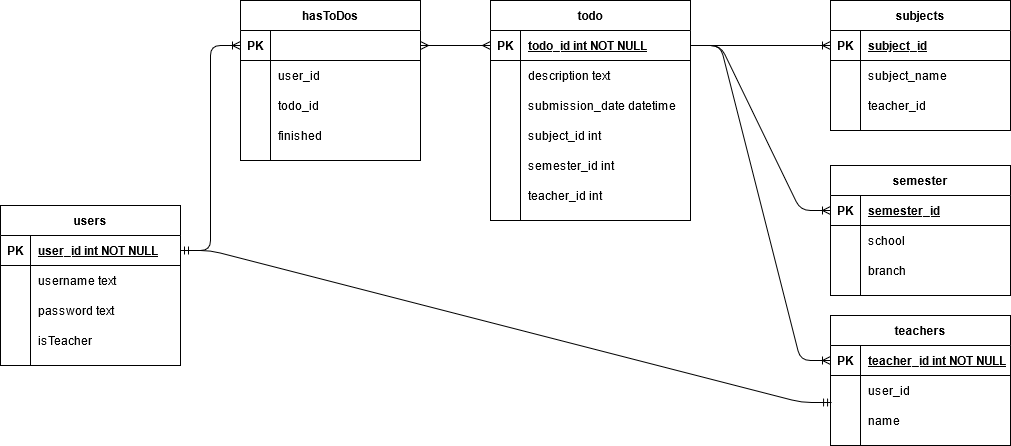
Before: Wiki/database.png, a diagram exported from draw.io (31ank/ToDoList). Source tidied: cells renumbered, new cells last; positions are measured from the earlier drawing's top-left corner, leaving out a move shared by most shapes.
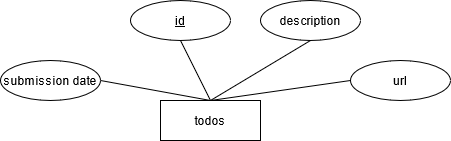
The same diagram one commit later.

Commit message:
updated database diagram

Change to the diagram source:
```diff
@@ -2,250 +2,32 @@
   <root>
     <mxCell id="0" />
     <mxCell id="1" parent="0" />
-    <mxCell id="2" value="todo" style="shape=table;startSize=30;rowLines=0;fontStyle=1;align=center;" parent="1" vertex="1">
-      <mxGeometry x="490" width="200" height="220" as="geometry" />
-    </mxCell>
-    <mxCell id="3" style="shape=partialRectangle;fillColor=none;points=[[0,0.5],[1,0.5]];portConstraint=eastwest;top=0;left=0;right=0;bottom=1;" parent="2" vertex="1">
-      <mxGeometry y="30" width="200" height="30" as="geometry" />
-    </mxCell>
-    <mxCell id="4" value="PK" style="shape=partialRectangle;overflow=hidden;fillColor=none;top=0;left=0;bottom=0;right=0;fontStyle=1;" parent="3" vertex="1">
-      <mxGeometry width="30" height="30" as="geometry" />
-    </mxCell>
-    <mxCell id="5" value="todo_id int NOT NULL " style="shape=partialRectangle;overflow=hidden;fillColor=none;top=0;left=0;bottom=0;right=0;align=left;spacingLeft=6;fontStyle=5;" parent="3" vertex="1">
-      <mxGeometry x="30" width="170" height="30" as="geometry" />
-    </mxCell>
-    <mxCell id="6" style="shape=partialRectangle;fillColor=none;top=0;left=0;right=0;bottom=0;" parent="2" vertex="1">
-      <mxGeometry y="60" width="200" height="30" as="geometry" />
-    </mxCell>
-    <mxCell id="7" style="shape=partialRectangle;overflow=hidden;fillColor=none;top=0;left=0;bottom=0;right=0;" parent="6" vertex="1">
-      <mxGeometry width="30" height="30" as="geometry" />
-    </mxCell>
-    <mxCell id="8" value="description text" style="shape=partialRectangle;overflow=hidden;fillColor=none;top=0;left=0;bottom=0;right=0;align=left;spacingLeft=6;" parent="6" vertex="1">
-      <mxGeometry x="30" width="170" height="30" as="geometry" />
-    </mxCell>
-    <mxCell id="9" style="shape=partialRectangle;fillColor=none;top=0;left=0;right=0;bottom=0;" parent="2" vertex="1">
-      <mxGeometry y="90" width="200" height="30" as="geometry" />
-    </mxCell>
-    <mxCell id="10" style="shape=partialRectangle;overflow=hidden;fillColor=none;top=0;left=0;bottom=0;right=0;" parent="9" vertex="1">
-      <mxGeometry width="30" height="30" as="geometry" />
-    </mxCell>
-    <mxCell id="11" value="submission_date datetime" style="shape=partialRectangle;overflow=hidden;fillColor=none;top=0;left=0;bottom=0;right=0;align=left;spacingLeft=6;" parent="9" vertex="1">
-      <mxGeometry x="30" width="170" height="30" as="geometry" />
-    </mxCell>
-    <mxCell id="12" style="shape=partialRectangle;fillColor=none;top=0;left=0;right=0;bottom=0;" parent="2" vertex="1">
-      <mxGeometry y="120" width="200" height="30" as="geometry" />
-    </mxCell>
-    <mxCell id="13" style="shape=partialRectangle;overflow=hidden;fillColor=none;top=0;left=0;bottom=0;right=0;" parent="12" vertex="1">
-      <mxGeometry width="30" height="30" as="geometry" />
-    </mxCell>
-    <mxCell id="14" value="subject_id int" style="shape=partialRectangle;overflow=hidden;fillColor=none;top=0;left=0;bottom=0;right=0;align=left;spacingLeft=6;" parent="12" vertex="1">
-      <mxGeometry x="30" width="170" height="30" as="geometry" />
-    </mxCell>
-    <mxCell id="15" style="shape=partialRectangle;fillColor=none;top=0;left=0;right=0;bottom=0;" parent="2" vertex="1">
-      <mxGeometry y="150" width="200" height="30" as="geometry" />
-    </mxCell>
-    <mxCell id="16" style="shape=partialRectangle;overflow=hidden;fillColor=none;top=0;left=0;bottom=0;right=0;" parent="15" vertex="1">
-      <mxGeometry width="30" height="30" as="geometry" />
-    </mxCell>
-    <mxCell id="17" value="semester_id int" style="shape=partialRectangle;overflow=hidden;fillColor=none;top=0;left=0;bottom=0;right=0;align=left;spacingLeft=6;" parent="15" vertex="1">
-      <mxGeometry x="30" width="170" height="30" as="geometry" />
-    </mxCell>
-    <mxCell id="18" style="shape=partialRectangle;fillColor=none;top=0;left=0;right=0;bottom=0;" parent="2" vertex="1">
-      <mxGeometry y="180" width="200" height="30" as="geometry" />
-    </mxCell>
-    <mxCell id="19" style="shape=partialRectangle;overflow=hidden;fillColor=none;top=0;left=0;bottom=0;right=0;" parent="18" vertex="1">
-      <mxGeometry width="30" height="30" as="geometry" />
-    </mxCell>
-    <mxCell id="20" value="teacher_id int" style="shape=partialRectangle;overflow=hidden;fillColor=none;top=0;left=0;bottom=0;right=0;align=left;spacingLeft=6;" parent="18" vertex="1">
-      <mxGeometry x="30" width="170" height="30" as="geometry" />
-    </mxCell>
-    <mxCell id="21" value="teachers" style="shape=table;startSize=30;rowLines=0;fontStyle=1;align=center;" parent="1" vertex="1">
-      <mxGeometry x="830" y="315" width="180" height="130" as="geometry" />
-    </mxCell>
-    <mxCell id="22" style="shape=partialRectangle;fillColor=none;points=[[0,0.5],[1,0.5]];portConstraint=eastwest;top=0;left=0;right=0;bottom=1;" parent="21" vertex="1">
-      <mxGeometry y="30" width="180" height="30" as="geometry" />
-    </mxCell>
-    <mxCell id="23" value="PK" style="shape=partialRectangle;overflow=hidden;fillColor=none;top=0;left=0;bottom=0;right=0;fontStyle=1;" parent="22" vertex="1">
-      <mxGeometry width="30" height="30" as="geometry" />
-    </mxCell>
-    <mxCell id="24" value="teacher_id int NOT NULL " style="shape=partialRectangle;overflow=hidden;fillColor=none;top=0;left=0;bottom=0;right=0;align=left;spacingLeft=6;fontStyle=5;" parent="22" vertex="1">
-      <mxGeometry x="30" width="150" height="30" as="geometry" />
-    </mxCell>
-    <mxCell id="25" style="shape=partialRectangle;fillColor=none;points=[[0,0.5],[1,0.5]];portConstraint=eastwest;top=0;left=0;right=0;bottom=0;" parent="21" vertex="1">
-      <mxGeometry y="60" width="180" height="30" as="geometry" />
-    </mxCell>
-    <mxCell id="26" style="shape=partialRectangle;overflow=hidden;fillColor=none;top=0;left=0;bottom=0;right=0;" parent="25" vertex="1">
-      <mxGeometry width="30" height="30" as="geometry" />
-    </mxCell>
-    <mxCell id="27" value="user_id" style="shape=partialRectangle;overflow=hidden;fillColor=none;top=0;left=0;bottom=0;right=0;align=left;spacingLeft=6;" parent="25" vertex="1">
-      <mxGeometry x="30" width="150" height="30" as="geometry" />
-    </mxCell>
-    <mxCell id="28" style="shape=partialRectangle;fillColor=none;top=0;left=0;right=0;bottom=0;" parent="21" vertex="1">
-      <mxGeometry y="90" width="180" height="30" as="geometry" />
-    </mxCell>
-    <mxCell id="29" style="shape=partialRectangle;overflow=hidden;fillColor=none;top=0;left=0;bottom=0;right=0;" parent="28" vertex="1">
-      <mxGeometry width="30" height="30" as="geometry" />
-    </mxCell>
-    <mxCell id="30" value="name" style="shape=partialRectangle;overflow=hidden;fillColor=none;top=0;left=0;bottom=0;right=0;align=left;spacingLeft=6;" parent="28" vertex="1">
-      <mxGeometry x="30" width="150" height="30" as="geometry" />
-    </mxCell>
-    <mxCell id="31" value="users" style="shape=table;startSize=30;rowLines=0;fontStyle=1;align=center;" parent="1" vertex="1">
-      <mxGeometry y="205" width="180" height="160" as="geometry" />
-    </mxCell>
-    <mxCell id="32" style="shape=partialRectangle;fillColor=none;points=[[0,0.5],[1,0.5]];portConstraint=eastwest;top=0;left=0;right=0;bottom=1;" parent="31" vertex="1">
-      <mxGeometry y="30" width="180" height="30" as="geometry" />
-    </mxCell>
-    <mxCell id="33" value="PK" style="shape=partialRectangle;overflow=hidden;fillColor=none;top=0;left=0;bottom=0;right=0;fontStyle=1;" parent="32" vertex="1">
-      <mxGeometry width="30" height="30" as="geometry" />
-    </mxCell>
-    <mxCell id="34" value="user_id int NOT NULL " style="shape=partialRectangle;overflow=hidden;fillColor=none;top=0;left=0;bottom=0;right=0;align=left;spacingLeft=6;fontStyle=5;" parent="32" vertex="1">
-      <mxGeometry x="30" width="150" height="30" as="geometry" />
-    </mxCell>
-    <mxCell id="35" style="shape=partialRectangle;fillColor=none;top=0;left=0;right=0;bottom=0;" parent="31" vertex="1">
-      <mxGeometry y="60" width="180" height="30" as="geometry" />
-    </mxCell>
-    <mxCell id="36" style="shape=partialRectangle;overflow=hidden;fillColor=none;top=0;left=0;bottom=0;right=0;" parent="35" vertex="1">
-      <mxGeometry width="30" height="30" as="geometry" />
-    </mxCell>
-    <mxCell id="37" value="username text" style="shape=partialRectangle;overflow=hidden;fillColor=none;top=0;left=0;bottom=0;right=0;align=left;spacingLeft=6;" parent="35" vertex="1">
-      <mxGeometry x="30" width="150" height="30" as="geometry" />
-    </mxCell>
-    <mxCell id="38" style="shape=partialRectangle;fillColor=none;top=0;left=0;right=0;bottom=0;" parent="31" vertex="1">
-      <mxGeometry y="90" width="180" height="30" as="geometry" />
-    </mxCell>
-    <mxCell id="39" style="shape=partialRectangle;overflow=hidden;fillColor=none;top=0;left=0;bottom=0;right=0;" parent="38" vertex="1">
-      <mxGeometry width="30" height="30" as="geometry" />
-    </mxCell>
-    <mxCell id="40" value="password text" style="shape=partialRectangle;overflow=hidden;fillColor=none;top=0;left=0;bottom=0;right=0;align=left;spacingLeft=6;" parent="38" vertex="1">
-      <mxGeometry x="30" width="150" height="30" as="geometry" />
-    </mxCell>
-    <mxCell id="41" style="shape=partialRectangle;fillColor=none;top=0;left=0;right=0;bottom=0;" parent="31" vertex="1">
-      <mxGeometry y="120" width="180" height="30" as="geometry" />
-    </mxCell>
-    <mxCell id="42" style="shape=partialRectangle;overflow=hidden;fillColor=none;top=0;left=0;bottom=0;right=0;" parent="41" vertex="1">
-      <mxGeometry width="30" height="30" as="geometry" />
-    </mxCell>
-    <mxCell id="43" value="isTeacher" style="shape=partialRectangle;overflow=hidden;fillColor=none;top=0;left=0;bottom=0;right=0;align=left;spacingLeft=6;" parent="41" vertex="1">
-      <mxGeometry x="30" width="150" height="30" as="geometry" />
-    </mxCell>
-    <mxCell id="44" value="subjects" style="shape=table;startSize=30;rowLines=0;fontStyle=1;align=center;" parent="1" vertex="1">
-      <mxGeometry x="830" width="180" height="130" as="geometry" />
-    </mxCell>
-    <mxCell id="45" style="shape=partialRectangle;fillColor=none;top=0;left=0;bottom=1;right=0;points=[[0,0.5],[1,0.5]];portConstraint=eastwest;" parent="44" vertex="1">
-      <mxGeometry y="30" width="180" height="30" as="geometry" />
-    </mxCell>
-    <mxCell id="46" value="PK" style="shape=partialRectangle;fillColor=none;top=0;left=0;bottom=0;right=0;fontStyle=1;overflow=hidden;" parent="45" vertex="1">
-      <mxGeometry width="30" height="30" as="geometry" />
-    </mxCell>
-    <mxCell id="47" value="subject_id" style="shape=partialRectangle;fillColor=none;top=0;left=0;bottom=0;right=0;align=left;spacingLeft=6;fontStyle=5;overflow=hidden;" parent="45" vertex="1">
-      <mxGeometry x="30" width="150" height="30" as="geometry" />
-    </mxCell>
-    <mxCell id="48" style="shape=partialRectangle;fillColor=none;top=0;left=0;bottom=0;right=0;" parent="44" vertex="1">
-      <mxGeometry y="60" width="180" height="30" as="geometry" />
-    </mxCell>
-    <mxCell id="49" style="shape=partialRectangle;fillColor=none;top=0;left=0;bottom=0;right=0;overflow=hidden;" parent="48" vertex="1">
-      <mxGeometry width="30" height="30" as="geometry" />
-    </mxCell>
-    <mxCell id="50" value="subject_name" style="shape=partialRectangle;fillColor=none;top=0;left=0;bottom=0;right=0;align=left;spacingLeft=6;overflow=hidden;" parent="48" vertex="1">
-      <mxGeometry x="30" width="150" height="30" as="geometry" />
-    </mxCell>
-    <mxCell id="51" style="shape=partialRectangle;fillColor=none;top=0;left=0;bottom=0;right=0;" parent="44" vertex="1">
-      <mxGeometry y="90" width="180" height="30" as="geometry" />
-    </mxCell>
-    <mxCell id="52" style="shape=partialRectangle;fillColor=none;top=0;left=0;bottom=0;right=0;overflow=hidden;" parent="51" vertex="1">
-      <mxGeometry width="30" height="30" as="geometry" />
-    </mxCell>
-    <mxCell id="53" value="teacher_id" style="shape=partialRectangle;fillColor=none;top=0;left=0;bottom=0;right=0;align=left;spacingLeft=6;overflow=hidden;" parent="51" vertex="1">
-      <mxGeometry x="30" width="150" height="30" as="geometry" />
-    </mxCell>
-    <mxCell id="54" value="semester" style="shape=table;startSize=30;rowLines=0;fontStyle=1;align=center;" parent="1" vertex="1">
-      <mxGeometry x="830" y="165" width="180" height="130" as="geometry" />
-    </mxCell>
-    <mxCell id="55" style="shape=partialRectangle;fillColor=none;top=0;left=0;bottom=1;right=0;points=[[0,0.5],[1,0.5]];portConstraint=eastwest;" parent="54" vertex="1">
-      <mxGeometry y="30" width="180" height="30" as="geometry" />
-    </mxCell>
-    <mxCell id="56" value="PK" style="shape=partialRectangle;fillColor=none;top=0;left=0;bottom=0;right=0;fontStyle=1;overflow=hidden;" parent="55" vertex="1">
-      <mxGeometry width="30" height="30" as="geometry" />
-    </mxCell>
-    <mxCell id="57" value="semester_id" style="shape=partialRectangle;fillColor=none;top=0;left=0;bottom=0;right=0;align=left;spacingLeft=6;fontStyle=5;overflow=hidden;" parent="55" vertex="1">
-      <mxGeometry x="30" width="150" height="30" as="geometry" />
-    </mxCell>
-    <mxCell id="58" style="shape=partialRectangle;fillColor=none;top=0;left=0;bottom=0;right=0;" parent="54" vertex="1">
-      <mxGeometry y="60" width="180" height="30" as="geometry" />
-    </mxCell>
-    <mxCell id="59" style="shape=partialRectangle;fillColor=none;top=0;left=0;bottom=0;right=0;overflow=hidden;" parent="58" vertex="1">
-      <mxGeometry width="30" height="30" as="geometry" />
-    </mxCell>
-    <mxCell id="60" value="school" style="shape=partialRectangle;fillColor=none;top=0;left=0;bottom=0;right=0;align=left;spacingLeft=6;overflow=hidden;" parent="58" vertex="1">
-      <mxGeometry x="30" width="150" height="30" as="geometry" />
-    </mxCell>
-    <mxCell id="61" style="shape=partialRectangle;fillColor=none;top=0;left=0;bottom=0;right=0;" parent="54" vertex="1">
-      <mxGeometry y="90" width="180" height="30" as="geometry" />
-    </mxCell>
-    <mxCell id="62" style="shape=partialRectangle;fillColor=none;top=0;left=0;bottom=0;right=0;overflow=hidden;" parent="61" vertex="1">
-      <mxGeometry width="30" height="30" as="geometry" />
-    </mxCell>
-    <mxCell id="63" value="branch" style="shape=partialRectangle;fillColor=none;top=0;left=0;bottom=0;right=0;align=left;spacingLeft=6;overflow=hidden;" parent="61" vertex="1">
-      <mxGeometry x="30" width="150" height="30" as="geometry" />
-    </mxCell>
-    <mxCell id="64" value="hasToDos" style="shape=table;startSize=30;rowLines=0;fontStyle=1;align=center;" parent="1" vertex="1">
-      <mxGeometry x="240" width="180" height="160" as="geometry" />
-    </mxCell>
-    <mxCell id="65" style="shape=partialRectangle;fillColor=none;top=0;left=0;bottom=1;right=0;points=[[0,0.5],[1,0.5]];portConstraint=eastwest;" parent="64" vertex="1">
-      <mxGeometry y="30" width="180" height="30" as="geometry" />
-    </mxCell>
-    <mxCell id="66" value="PK" style="shape=partialRectangle;fillColor=none;top=0;left=0;bottom=0;right=0;fontStyle=1;overflow=hidden;" parent="65" vertex="1">
-      <mxGeometry width="30" height="30" as="geometry" />
-    </mxCell>
-    <mxCell id="67" style="shape=partialRectangle;fillColor=none;top=0;left=0;bottom=0;right=0;align=left;spacingLeft=6;fontStyle=5;overflow=hidden;" parent="65" vertex="1">
-      <mxGeometry x="30" width="150" height="30" as="geometry" />
-    </mxCell>
-    <mxCell id="68" style="shape=partialRectangle;fillColor=none;top=0;left=0;bottom=0;right=0;" parent="64" vertex="1">
-      <mxGeometry y="60" width="180" height="30" as="geometry" />
-    </mxCell>
-    <mxCell id="69" style="shape=partialRectangle;fillColor=none;top=0;left=0;bottom=0;right=0;overflow=hidden;" parent="68" vertex="1">
-      <mxGeometry width="30" height="30" as="geometry" />
-    </mxCell>
-    <mxCell id="70" value="user_id" style="shape=partialRectangle;fillColor=none;top=0;left=0;bottom=0;right=0;align=left;spacingLeft=6;overflow=hidden;" parent="68" vertex="1">
-      <mxGeometry x="30" width="150" height="30" as="geometry" />
-    </mxCell>
-    <mxCell id="71" style="shape=partialRectangle;fillColor=none;top=0;left=0;bottom=0;right=0;" parent="64" vertex="1">
-      <mxGeometry y="90" width="180" height="30" as="geometry" />
-    </mxCell>
-    <mxCell id="72" style="shape=partialRectangle;fillColor=none;top=0;left=0;bottom=0;right=0;overflow=hidden;" parent="71" vertex="1">
-      <mxGeometry width="30" height="30" as="geometry" />
-    </mxCell>
-    <mxCell id="73" value="todo_id" style="shape=partialRectangle;fillColor=none;top=0;left=0;bottom=0;right=0;align=left;spacingLeft=6;overflow=hidden;" parent="71" vertex="1">
-      <mxGeometry x="30" width="150" height="30" as="geometry" />
-    </mxCell>
-    <mxCell id="74" style="shape=partialRectangle;fillColor=none;top=0;left=0;bottom=0;right=0;" parent="64" vertex="1">
-      <mxGeometry y="120" width="180" height="30" as="geometry" />
-    </mxCell>
-    <mxCell id="75" style="shape=partialRectangle;fillColor=none;top=0;left=0;bottom=0;right=0;overflow=hidden;" parent="74" vertex="1">
-      <mxGeometry width="30" height="30" as="geometry" />
-    </mxCell>
-    <mxCell id="76" value="finished" style="shape=partialRectangle;fillColor=none;top=0;left=0;bottom=0;right=0;align=left;spacingLeft=6;overflow=hidden;" parent="74" vertex="1">
-      <mxGeometry x="30" width="150" height="30" as="geometry" />
-    </mxCell>
-    <mxCell id="77" style="edgeStyle=entityRelationEdgeStyle;fontSize=12;html=1;endArrow=ERoneToMany;exitX=1;exitY=0.5;exitDx=0;exitDy=0;entryX=0;entryY=0.5;entryDx=0;entryDy=0;" parent="1" edge="1" source="32" target="65">
-      <mxGeometry relative="1" as="geometry" />
-    </mxCell>
-    <mxCell id="78" style="edgeStyle=entityRelationEdgeStyle;fontSize=12;html=1;endArrow=ERmany;startArrow=ERmany;" parent="1" edge="1" target="3">
-      <mxGeometry relative="1" as="geometry">
-        <mxPoint x="420" y="45" as="sourcePoint" />
-      </mxGeometry>
-    </mxCell>
-    <mxCell id="79" style="edgeStyle=entityRelationEdgeStyle;fontSize=12;html=1;endArrow=ERoneToMany;exitX=1;exitY=0.5;exitDx=0;exitDy=0;entryX=0;entryY=0.5;entryDx=0;entryDy=0;" parent="1" edge="1" source="3" target="45">
-      <mxGeometry relative="1" as="geometry" />
-    </mxCell>
-    <mxCell id="80" style="edgeStyle=entityRelationEdgeStyle;fontSize=12;html=1;endArrow=ERoneToMany;entryX=0;entryY=0.5;entryDx=0;entryDy=0;exitX=1;exitY=0.5;exitDx=0;exitDy=0;" parent="1" edge="1" source="3" target="55">
-      <mxGeometry relative="1" as="geometry" />
-    </mxCell>
-    <mxCell id="81" style="edgeStyle=entityRelationEdgeStyle;fontSize=12;html=1;endArrow=ERoneToMany;exitX=1;exitY=0.5;exitDx=0;exitDy=0;entryX=0;entryY=0.5;entryDx=0;entryDy=0;" parent="1" edge="1" source="3" target="22">
-      <mxGeometry relative="1" as="geometry" />
-    </mxCell>
-    <mxCell id="82" style="edgeStyle=entityRelationEdgeStyle;fontSize=12;html=1;endArrow=ERmandOne;startArrow=ERmandOne;entryX=0.006;entryY=0.9;entryDx=0;entryDy=0;entryPerimeter=0;" parent="1" edge="1" source="32" target="25">
-      <mxGeometry relative="1" as="geometry" />
-    </mxCell>
+    <mxCell id="83" value="&lt;div&gt;todos&lt;/div&gt;" style="whiteSpace=wrap;html=1;align=center;" parent="1" vertex="1">
+      <mxGeometry x="310" y="455" width="100" height="40" as="geometry" />
+    </mxCell>
+    <mxCell id="84" value="&lt;div&gt;id&lt;/div&gt;" style="ellipse;whiteSpace=wrap;html=1;align=center;fontStyle=4;" parent="1" vertex="1">
+      <mxGeometry x="280" y="355" width="100" height="40" as="geometry" />
+    </mxCell>
+    <mxCell id="85" value="description" style="ellipse;whiteSpace=wrap;html=1;align=center;" parent="1" vertex="1">
+      <mxGeometry x="410" y="355" width="100" height="40" as="geometry" />
+    </mxCell>
+    <mxCell id="86" value="url" style="ellipse;whiteSpace=wrap;html=1;align=center;" parent="1" vertex="1">
+      <mxGeometry x="500" y="415" width="100" height="40" as="geometry" />
+    </mxCell>
+    <mxCell id="87" style="endArrow=none;html=1;entryX=0.5;entryY=1;entryDx=0;entryDy=0;exitX=0.5;exitY=0;exitDx=0;exitDy=0;" parent="1" edge="1" source="83" target="84">
+      <mxGeometry relative="1" as="geometry" />
+    </mxCell>
+    <mxCell id="88" style="endArrow=none;html=1;entryX=0.5;entryY=1;entryDx=0;entryDy=0;exitX=0.5;exitY=0;exitDx=0;exitDy=0;" parent="1" edge="1" source="83" target="85">
+      <mxGeometry relative="1" as="geometry" />
+    </mxCell>
+    <mxCell id="89" style="endArrow=none;html=1;entryX=0;entryY=0.5;entryDx=0;entryDy=0;exitX=0.5;exitY=0;exitDx=0;exitDy=0;" parent="1" edge="1" source="83" target="86">
+      <mxGeometry relative="1" as="geometry" />
+    </mxCell>
+    <mxCell id="90" value="submission date" style="ellipse;whiteSpace=wrap;html=1;align=center;" parent="1" vertex="1">
+      <mxGeometry x="150" y="415" width="100" height="40" as="geometry" />
+    </mxCell>
+    <mxCell id="91" style="endArrow=none;html=1;entryX=1;entryY=0.5;entryDx=0;entryDy=0;exitX=0.5;exitY=0;exitDx=0;exitDy=0;" parent="1" edge="1" source="83" target="90">
+      <mxGeometry relative="1" as="geometry" />
+    </mxCell>
   </root>
 </mxGraphModel>
```
